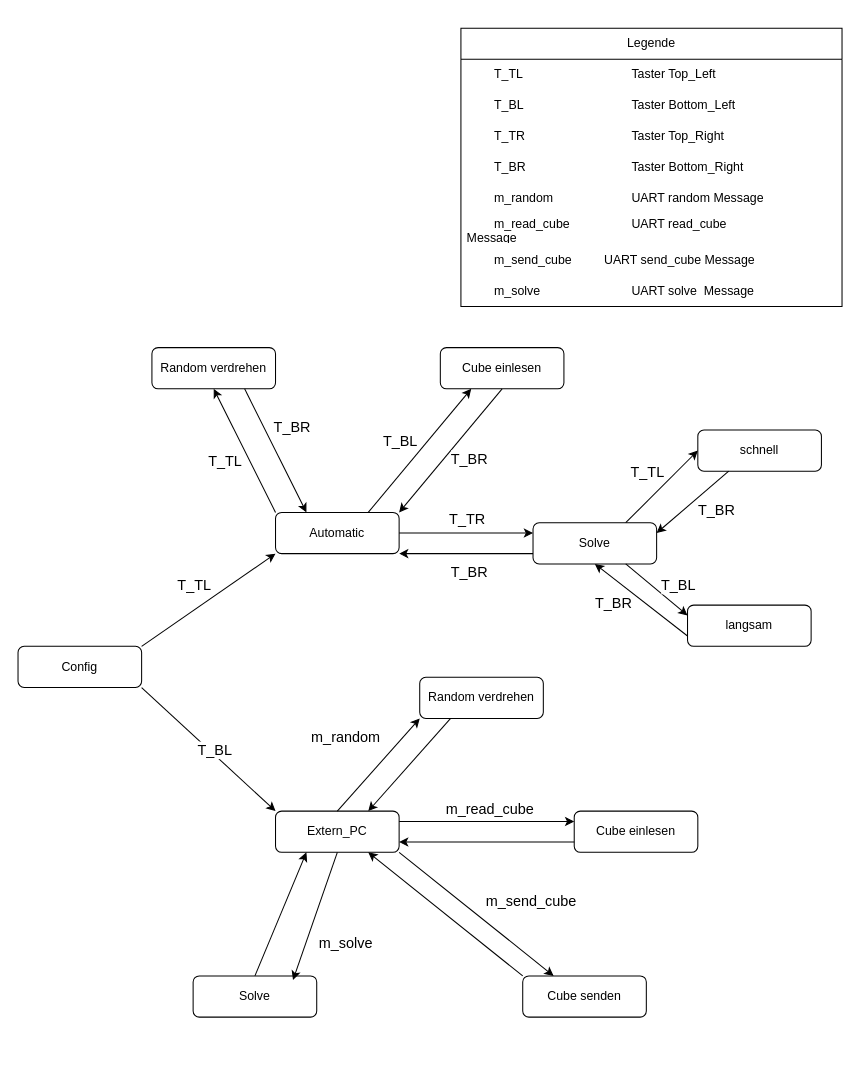
Before: State_Machine_Cube_Solver.drawio in snech99/Cube_Solver_Robot, a draw.io diagram. Source tidied: cells renumbered, new cells numbered last; positions are measured from the earlier drawing's top-left corner, leaving out a move shared by most shapes. Both pictures are drawn from the tidied source at 103%, with x=0, y=0 at pixel (18, 28).
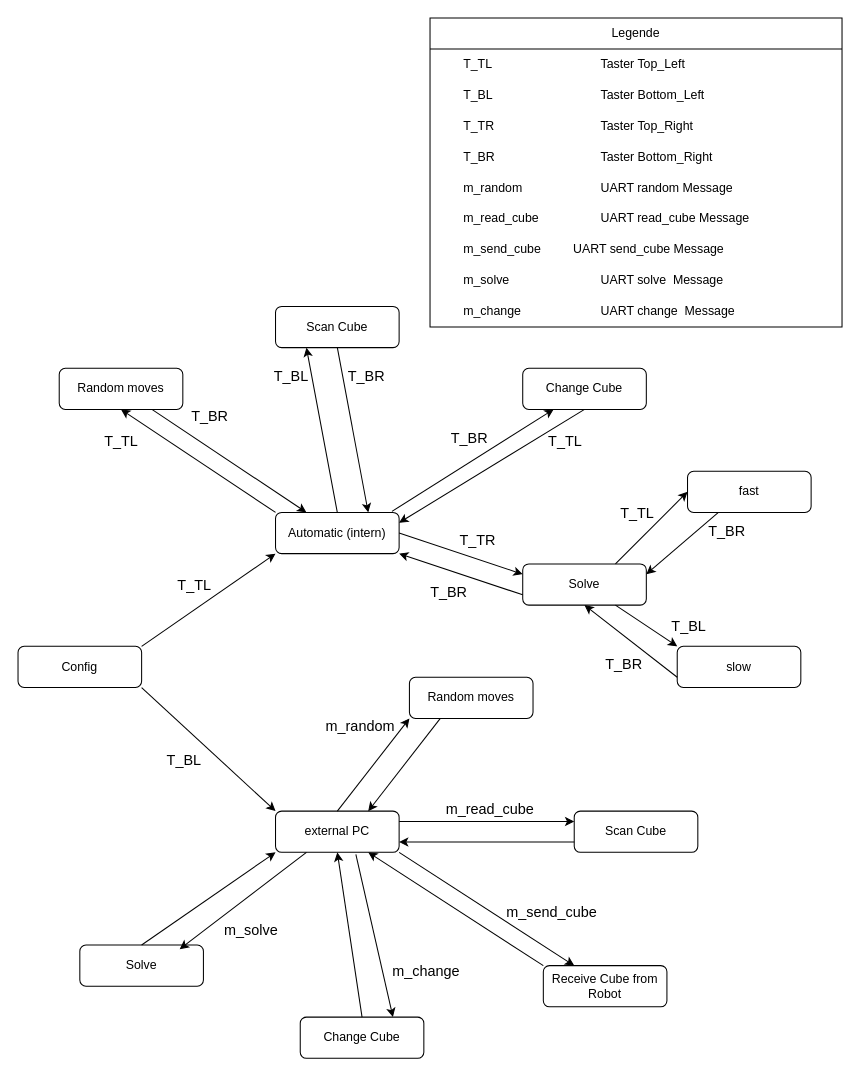
Above is the later version.

The change refers to these unchanged cells:
```xml
<mxCell id="22" style="endArrow=classic;html=1;rounded=0;exitX=0;exitY=0;exitDx=0;exitDy=0;entryX=0.5;entryY=1;entryDx=0;entryDy=0;" parent="1" edge="1" source="4" target="5">
  <mxGeometry relative="1" as="geometry" />
</mxCell>
```

What changed in the source:
```diff
@@
-    <mxCell id="3" value="Cube einlesen" style="rounded=1;whiteSpace=wrap;html=1;fontSize=12;glass=0;strokeWidth=1;shadow=0;" parent="1" vertex="1">
-      <mxGeometry x="410" y="310" width="120" height="40" as="geometry" />
+    <mxCell id="3" value="Scan Cube" style="rounded=1;whiteSpace=wrap;html=1;fontSize=12;glass=0;strokeWidth=1;shadow=0;" parent="1" vertex="1">
+      <mxGeometry x="250" y="270" width="120" height="40" as="geometry" />
     </mxCell>
-    <mxCell id="4" value="Automatic" style="rounded=1;whiteSpace=wrap;html=1;fontSize=12;glass=0;strokeWidth=1;shadow=0;" parent="1" vertex="1">
+    <mxCell id="4" value="Automatic (intern)" style="rounded=1;whiteSpace=wrap;html=1;fontSize=12;glass=0;strokeWidth=1;shadow=0;" parent="1" vertex="1">
       <mxGeometry x="250" y="470" width="120" height="40" as="geometry" />
     </mxCell>
-    <mxCell id="5" value="Random verdrehen" style="rounded=1;whiteSpace=wrap;html=1;fontSize=12;glass=0;strokeWidth=1;shadow=0;" parent="1" vertex="1">
-      <mxGeometry x="130" y="310" width="120" height="40" as="geometry" />
+    <mxCell id="5" value="Random moves" style="rounded=1;whiteSpace=wrap;html=1;fontSize=12;glass=0;strokeWidth=1;shadow=0;" parent="1" vertex="1">
+      <mxGeometry x="40" y="330" width="120" height="40" as="geometry" />
     </mxCell>
-    <mxCell id="6" value="Extern_PC" style="rounded=1;whiteSpace=wrap;html=1;fontSize=12;glass=0;strokeWidth=1;shadow=0;" parent="1" vertex="1">
+    <mxCell id="6" value="external PC" style="rounded=1;whiteSpace=wrap;html=1;fontSize=12;glass=0;strokeWidth=1;shadow=0;" parent="1" vertex="1">
       <mxGeometry x="250" y="760" width="120" height="40" as="geometry" />
     </mxCell>
     <mxCell id="7" value="Solve" style="rounded=1;whiteSpace=wrap;html=1;fontSize=12;glass=0;strokeWidth=1;shadow=0;" parent="1" vertex="1">
-      <mxGeometry x="500" y="480" width="120" height="40" as="geometry" />
+      <mxGeometry x="490" y="520" width="120" height="40" as="geometry" />
     </mxCell>
-    <mxCell id="8" value="Random verdrehen" style="rounded=1;whiteSpace=wrap;html=1;fontSize=12;glass=0;strokeWidth=1;shadow=0;" parent="1" vertex="1">
-      <mxGeometry x="390" y="630" width="120" height="40" as="geometry" />
+    <mxCell id="8" value="Random moves" style="rounded=1;whiteSpace=wrap;html=1;fontSize=12;glass=0;strokeWidth=1;shadow=0;" parent="1" vertex="1">
+      <mxGeometry x="380" y="630" width="120" height="40" as="geometry" />
     </mxCell>
-    <mxCell id="9" value="Cube einlesen" style="rounded=1;whiteSpace=wrap;html=1;fontSize=12;glass=0;strokeWidth=1;shadow=0;" parent="1" vertex="1">
+    <mxCell id="9" value="Scan Cube" style="rounded=1;whiteSpace=wrap;html=1;fontSize=12;glass=0;strokeWidth=1;shadow=0;" parent="1" vertex="1">
       <mxGeometry x="540" y="760" width="120" height="40" as="geometry" />
     </mxCell>
-    <mxCell id="10" value="Cube senden" style="rounded=1;whiteSpace=wrap;html=1;fontSize=12;glass=0;strokeWidth=1;shadow=0;" parent="1" vertex="1">
-      <mxGeometry x="490" y="920" width="120" height="40" as="geometry" />
+    <mxCell id="10" value="Receive Cube from Robot" style="rounded=1;whiteSpace=wrap;html=1;fontSize=12;glass=0;strokeWidth=1;shadow=0;" parent="1" vertex="1">
+      <mxGeometry x="510" y="910" width="120" height="40" as="geometry" />
     </mxCell>
     <mxCell id="11" value="Solve" style="rounded=1;whiteSpace=wrap;html=1;fontSize=12;glass=0;strokeWidth=1;shadow=0;" parent="1" vertex="1">
-      <mxGeometry x="170" y="920" width="120" height="40" as="geometry" />
+      <mxGeometry x="60" y="890" width="120" height="40" as="geometry" />
     </mxCell>
@@
-    <mxCell id="20" style="endArrow=classic;html=1;rounded=0;exitX=0.5;exitY=1;exitDx=0;exitDy=0;entryX=0.808;entryY=0.1;entryDx=0;entryDy=0;entryPerimeter=0;" parent="1" edge="1" source="6" target="11">
+    <mxCell id="20" style="endArrow=classic;html=1;rounded=0;exitX=0.25;exitY=1;exitDx=0;exitDy=0;entryX=0.808;entryY=0.1;entryDx=0;entryDy=0;entryPerimeter=0;" parent="1" edge="1" source="6" target="11">
       <mxGeometry relative="1" as="geometry" />
     </mxCell>
-    <mxCell id="21" style="endArrow=classic;html=1;rounded=0;exitX=0.5;exitY=0;exitDx=0;exitDy=0;entryX=0.25;entryY=1;entryDx=0;entryDy=0;" parent="1" edge="1" source="11" target="6">
+    <mxCell id="21" style="endArrow=classic;html=1;rounded=0;exitX=0.5;exitY=0;exitDx=0;exitDy=0;entryX=0;entryY=1;entryDx=0;entryDy=0;" parent="1" edge="1" source="11" target="6">
       <mxGeometry relative="1" as="geometry" />
     </mxCell>
@@
     <mxCell id="23" value="&lt;font style=&quot;font-size: 14px;&quot;&gt;T_TL&lt;/font&gt;" style="edgeLabel;html=1;align=center;verticalAlign=middle;" parent="22" vertex="1">
       <mxGeometry x="0.21" y="3" relative="1" as="geometry">
-        <mxPoint x="-11" y="21" as="offset" />
+        <mxPoint x="-58" y="-12" as="offset" />
       </mxGeometry>
     </mxCell>
@@
-    <mxCell id="25" style="endArrow=classic;html=1;rounded=0;exitX=0.75;exitY=0;exitDx=0;exitDy=0;entryX=0.25;entryY=1;entryDx=0;entryDy=0;" parent="1" edge="1" source="4" target="3">
+    <mxCell id="25" style="endArrow=classic;html=1;rounded=0;exitX=0.5;exitY=0;exitDx=0;exitDy=0;entryX=0.25;entryY=1;entryDx=0;entryDy=0;" parent="1" edge="1" source="4" target="3">
       <mxGeometry relative="1" as="geometry" />
     </mxCell>
-    <mxCell id="26" style="endArrow=classic;html=1;rounded=0;exitX=0.5;exitY=1;exitDx=0;exitDy=0;entryX=1;entryY=0;entryDx=0;entryDy=0;" parent="1" edge="1" source="3" target="4">
+    <mxCell id="26" style="endArrow=classic;html=1;rounded=0;exitX=0.5;exitY=1;exitDx=0;exitDy=0;entryX=0.75;entryY=0;entryDx=0;entryDy=0;" parent="1" edge="1" source="3" target="4">
       <mxGeometry relative="1" as="geometry" />
     </mxCell>
@@
     <mxCell id="29" value="&lt;font style=&quot;font-size: 14px;&quot;&gt;T_BR&lt;/font&gt;" style="edgeLabel;html=1;align=center;verticalAlign=middle;" parent="1" vertex="1">
-      <mxGeometry x="260" y="390" as="geometry">
+      <mxGeometry x="180" y="380" as="geometry">
         <mxPoint x="5" y="-4" as="offset" />
       </mxGeometry>
     </mxCell>
     <mxCell id="30" value="&lt;font style=&quot;font-size: 14px;&quot;&gt;T_BR&lt;/font&gt;" style="edgeLabel;html=1;align=center;verticalAlign=middle;" parent="1" vertex="1">
-      <mxGeometry x="440" y="420" as="geometry">
+      <mxGeometry x="340" y="340" as="geometry">
         <mxPoint x="-3" y="-3" as="offset" />
       </mxGeometry>
     </mxCell>
     <mxCell id="31" value="&lt;font style=&quot;font-size: 14px;&quot;&gt;T_BR&lt;/font&gt;" style="edgeLabel;html=1;align=center;verticalAlign=middle;" parent="1" vertex="1">
-      <mxGeometry x="440" y="530" as="geometry">
+      <mxGeometry x="420" y="550" as="geometry">
         <mxPoint x="-3" y="-3" as="offset" />
       </mxGeometry>
     </mxCell>
     <mxCell id="32" value="&lt;font style=&quot;font-size: 14px;&quot;&gt;T_BL&lt;/font&gt;" style="edgeLabel;html=1;align=center;verticalAlign=middle;" parent="1" vertex="1">
-      <mxGeometry x="370" y="400" as="geometry" />
+      <mxGeometry x="270" y="340" as="geometry">
+        <mxPoint x="-6" y="-3" as="offset" />
+      </mxGeometry>
     </mxCell>
     <mxCell id="33" value="&lt;font style=&quot;font-size: 14px;&quot;&gt;T_TR&lt;/font&gt;" style="edgeLabel;html=1;align=center;verticalAlign=middle;" parent="1" vertex="1">
-      <mxGeometry x="430" y="480" as="geometry">
+      <mxGeometry x="440" y="500" as="geometry">
         <mxPoint x="5" y="-4" as="offset" />
       </mxGeometry>
     </mxCell>
     <mxCell id="34" value="&lt;font style=&quot;font-size: 14px;&quot;&gt;m_random&lt;/font&gt;" style="edgeLabel;html=1;align=center;verticalAlign=middle;" parent="1" vertex="1">
-      <mxGeometry x="320" y="690" as="geometry">
+      <mxGeometry x="334" y="680" as="geometry">
         <mxPoint x="-3" y="-3" as="offset" />
       </mxGeometry>
     </mxCell>
@@
     <mxCell id="36" value="&lt;font style=&quot;font-size: 14px;&quot;&gt;m_send_cube&lt;/font&gt;" style="edgeLabel;html=1;align=center;verticalAlign=middle;" parent="1" vertex="1">
-      <mxGeometry x="500" y="850" as="geometry">
+      <mxGeometry x="520" y="860" as="geometry">
         <mxPoint x="-3" y="-3" as="offset" />
       </mxGeometry>
     </mxCell>
     <mxCell id="37" value="&lt;font style=&quot;font-size: 14px;&quot;&gt;m_solve&lt;/font&gt;" style="edgeLabel;html=1;align=center;verticalAlign=middle;" parent="1" vertex="1">
-      <mxGeometry x="320" y="890" as="geometry">
-        <mxPoint x="-3" y="-3" as="offset" />
+      <mxGeometry x="230" y="880" as="geometry">
+        <mxPoint x="-5" y="-5" as="offset" />
       </mxGeometry>
     </mxCell>
     <mxCell id="38" value="Legende" style="swimlane;fontStyle=0;horizontal=1;startSize=30;whiteSpace=wrap;html=1;" parent="1" vertex="1">
-      <mxGeometry x="430" width="370" height="270" as="geometry" />
+      <mxGeometry x="400" y="-10" width="400" height="300" as="geometry" />
     </mxCell>
     <mxCell id="39" value="&lt;span style=&quot;white-space: pre;&quot;&gt;&#9;&lt;/span&gt;T_TL&lt;span style=&quot;white-space: pre;&quot;&gt;&#9;&lt;/span&gt;&lt;span style=&quot;white-space: pre;&quot;&gt;&#9;&lt;/span&gt;&lt;span style=&quot;white-space: pre;&quot;&gt;&#9;&lt;/span&gt;&lt;span style=&quot;white-space: pre;&quot;&gt;&#9;&lt;/span&gt;Taster Top_Left" style="text;strokeColor=none;fillColor=none;align=left;verticalAlign=middle;spacingLeft=4;spacingRight=4;overflow=hidden;whiteSpace=wrap;html=1;" parent="38" vertex="1">
-      <mxGeometry y="30" width="370" height="30" as="geometry" />
+      <mxGeometry y="30" width="400" height="30" as="geometry" />
     </mxCell>
     <mxCell id="40" value="&lt;span style=&quot;white-space: pre;&quot;&gt;&#9;&lt;/span&gt;T_BL&lt;span style=&quot;white-space: pre;&quot;&gt;&#9;&lt;/span&gt;&lt;span style=&quot;white-space: pre;&quot;&gt;&#9;&lt;span style=&quot;white-space: pre;&quot;&gt;&#9;&lt;/span&gt;&lt;span style=&quot;white-space: pre;&quot;&gt;&#9;&lt;/span&gt;&lt;/span&gt;Taster Bottom_Left" style="text;strokeColor=none;fillColor=none;align=left;verticalAlign=middle;spacingLeft=4;spacingRight=4;overflow=hidden;whiteSpace=wrap;html=1;" parent="38" vertex="1">
-      <mxGeometry y="60" width="370" height="30" as="geometry" />
+      <mxGeometry y="60" width="400" height="30" as="geometry" />
     </mxCell>
     <mxCell id="41" value="&lt;span style=&quot;white-space: pre;&quot;&gt;&#9;&lt;/span&gt;T_TR&lt;span style=&quot;white-space: pre;&quot;&gt;&#9;&lt;/span&gt;&lt;span style=&quot;white-space: pre;&quot;&gt;&#9;&lt;span style=&quot;white-space: pre;&quot;&gt;&#9;&lt;/span&gt;&lt;span style=&quot;white-space: pre;&quot;&gt;&#9;&lt;/span&gt;&lt;/span&gt;Taster Top_Right" style="text;strokeColor=none;fillColor=none;align=left;verticalAlign=middle;spacingLeft=4;spacingRight=4;overflow=hidden;whiteSpace=wrap;html=1;" parent="38" vertex="1">
-      <mxGeometry y="90" width="370" height="30" as="geometry" />
+      <mxGeometry y="90" width="400" height="30" as="geometry" />
     </mxCell>
     <mxCell id="42" value="&lt;span style=&quot;white-space: pre;&quot;&gt;&#9;&lt;/span&gt;T_BR&lt;span style=&quot;white-space: pre;&quot;&gt;&#9;&lt;/span&gt;&lt;span style=&quot;white-space: pre;&quot;&gt;&#9;&lt;span style=&quot;white-space: pre;&quot;&gt;&#9;&lt;/span&gt;&lt;span style=&quot;white-space: pre;&quot;&gt;&#9;&lt;/span&gt;&lt;/span&gt;Taster Bottom_Right" style="text;strokeColor=none;fillColor=none;align=left;verticalAlign=middle;spacingLeft=4;spacingRight=4;overflow=hidden;whiteSpace=wrap;html=1;" parent="38" vertex="1">
-      <mxGeometry y="120" width="370" height="30" as="geometry" />
+      <mxGeometry y="120" width="400" height="30" as="geometry" />
     </mxCell>
     <mxCell id="43" value="&lt;span style=&quot;white-space: pre;&quot;&gt;&#9;&lt;/span&gt;m_random&lt;span style=&quot;white-space: pre;&quot;&gt;&#9;&lt;/span&gt;&lt;span style=&quot;white-space: pre;&quot;&gt;&#9;&lt;span style=&quot;white-space: pre;&quot;&gt;&#9;&lt;/span&gt;&lt;/span&gt;UART random Message" style="text;strokeColor=none;fillColor=none;align=left;verticalAlign=middle;spacingLeft=4;spacingRight=4;overflow=hidden;whiteSpace=wrap;html=1;" parent="38" vertex="1">
-      <mxGeometry y="150" width="370" height="30" as="geometry" />
+      <mxGeometry y="150" width="400" height="30" as="geometry" />
     </mxCell>
     <mxCell id="44" value="&lt;span style=&quot;white-space: pre;&quot;&gt;&#9;&lt;/span&gt;m_read_cube&lt;span style=&quot;white-space: pre;&quot;&gt;&#9;&lt;/span&gt;&lt;span style=&quot;white-space: pre;&quot;&gt;&#9;&lt;/span&gt;&lt;span style=&quot;white-space: pre;&quot;&gt;&#9;&lt;/span&gt;UART read_cube Message&lt;span style=&quot;white-space: pre;&quot;&gt;&#9;&lt;/span&gt;&lt;span style=&quot;white-space: pre;&quot;&gt;&#9;&lt;/span&gt;&lt;span style=&quot;white-space: pre;&quot;&gt;&#9;&lt;/span&gt;" style="text;strokeColor=none;fillColor=none;align=left;verticalAlign=middle;spacingLeft=4;spacingRight=4;overflow=hidden;whiteSpace=wrap;html=1;" parent="38" vertex="1">
-      <mxGeometry y="180" width="370" height="30" as="geometry" />
+      <mxGeometry y="180" width="400" height="30" as="geometry" />
     </mxCell>
     <mxCell id="45" value="&lt;span style=&quot;white-space: pre;&quot;&gt;&#9;&lt;/span&gt;m_send_cube&lt;span style=&quot;white-space: pre;&quot;&gt;&#9;&lt;/span&gt;&lt;span style=&quot;white-space: pre;&quot;&gt;&#9;&lt;/span&gt;UART send_cube Message&lt;span style=&quot;white-space: pre;&quot;&gt;&#9;&lt;/span&gt;&lt;span style=&quot;white-space: pre;&quot;&gt;&#9;&lt;/span&gt;&lt;span style=&quot;white-space: pre;&quot;&gt;&#9;&lt;/span&gt;" style="text;strokeColor=none;fillColor=none;align=left;verticalAlign=middle;spacingLeft=4;spacingRight=4;overflow=hidden;whiteSpace=wrap;html=1;" parent="38" vertex="1">
-      <mxGeometry y="210" width="370" height="30" as="geometry" />
+      <mxGeometry y="210" width="400" height="30" as="geometry" />
     </mxCell>
     <mxCell id="46" value="&lt;span style=&quot;white-space: pre;&quot;&gt;&#9;&lt;/span&gt;m_solve&lt;span style=&quot;white-space: pre;&quot;&gt;&#9;&lt;/span&gt;&lt;span style=&quot;white-space: pre;&quot;&gt;&#9;&lt;/span&gt;&lt;span style=&quot;white-space: pre;&quot;&gt;&#9;&lt;/span&gt;&lt;span style=&quot;white-space: pre;&quot;&gt;&#9;&lt;/span&gt;UART solve&amp;nbsp; Message&lt;span style=&quot;white-space: pre;&quot;&gt;&#9;&lt;/span&gt;&lt;span style=&quot;white-space: pre;&quot;&gt;&#9;&lt;/span&gt;&lt;span style=&quot;white-space: pre;&quot;&gt;&#9;&lt;/span&gt;" style="text;strokeColor=none;fillColor=none;align=left;verticalAlign=middle;spacingLeft=4;spacingRight=4;overflow=hidden;whiteSpace=wrap;html=1;" parent="38" vertex="1">
-      <mxGeometry y="240" width="370" height="30" as="geometry" />
+      <mxGeometry y="240" width="400" height="30" as="geometry" />
     </mxCell>
+    <mxCell id="59" value="&lt;span style=&quot;white-space: pre;&quot;&gt;&#9;&lt;/span&gt;m_change&lt;span style=&quot;white-space: pre;&quot;&gt;&#9;&lt;/span&gt;&lt;span style=&quot;white-space: pre;&quot;&gt;&#9;&lt;/span&gt;&lt;span style=&quot;white-space: pre;&quot;&gt;&#9;&lt;/span&gt;UART change&amp;nbsp; Message&lt;span style=&quot;white-space: pre;&quot;&gt;&#9;&lt;/span&gt;&lt;span style=&quot;white-space: pre;&quot;&gt;&#9;&lt;/span&gt;&lt;span style=&quot;white-space: pre;&quot;&gt;&#9;&lt;/span&gt;" style="text;strokeColor=none;fillColor=none;align=left;verticalAlign=middle;spacingLeft=4;spacingRight=4;overflow=hidden;whiteSpace=wrap;html=1;" parent="38" vertex="1">
+      <mxGeometry y="270" width="400" height="30" as="geometry" />
+    </mxCell>
@@
     <mxCell id="48" value="&lt;font style=&quot;font-size: 14px;&quot;&gt;T_BL&lt;/font&gt;" style="edgeLabel;html=1;align=center;verticalAlign=middle;" parent="1" vertex="1">
-      <mxGeometry x="190" y="700" as="geometry" />
+      <mxGeometry x="160" y="710" as="geometry" />
     </mxCell>
-    <mxCell id="49" value="schnell" style="rounded=1;whiteSpace=wrap;html=1;fontSize=12;glass=0;strokeWidth=1;shadow=0;" parent="1" vertex="1">
-      <mxGeometry x="660" y="390" width="120" height="40" as="geometry" />
+    <mxCell id="49" value="fast" style="rounded=1;whiteSpace=wrap;html=1;fontSize=12;glass=0;strokeWidth=1;shadow=0;" parent="1" vertex="1">
+      <mxGeometry x="650" y="430" width="120" height="40" as="geometry" />
     </mxCell>
-    <mxCell id="50" value="langsam" style="rounded=1;whiteSpace=wrap;html=1;fontSize=12;glass=0;strokeWidth=1;shadow=0;" parent="1" vertex="1">
-      <mxGeometry x="650" y="560" width="120" height="40" as="geometry" />
+    <mxCell id="50" value="slow" style="rounded=1;whiteSpace=wrap;html=1;fontSize=12;glass=0;strokeWidth=1;shadow=0;" parent="1" vertex="1">
+      <mxGeometry x="640" y="600" width="120" height="40" as="geometry" />
     </mxCell>
@@
-    <mxCell id="53" style="endArrow=classic;html=1;rounded=0;exitX=0.75;exitY=1;exitDx=0;exitDy=0;entryX=0;entryY=0.25;entryDx=0;entryDy=0;" parent="1" edge="1" source="7" target="50">
-      <mxGeometry relative="1" as="geometry" />
+    <mxCell id="53" style="endArrow=classic;html=1;rounded=0;exitX=0.75;exitY=1;exitDx=0;exitDy=0;" parent="1" edge="1" source="7">
+      <mxGeometry relative="1" as="geometry">
+        <mxPoint x="640" y="600" as="targetPoint" />
+      </mxGeometry>
     </mxCell>
@@
     <mxCell id="55" value="&lt;font style=&quot;font-size: 14px;&quot;&gt;T_TL&lt;/font&gt;" style="edgeLabel;html=1;align=center;verticalAlign=middle;" parent="1" vertex="1">
-      <mxGeometry x="610" y="430" as="geometry" />
+      <mxGeometry x="600" y="470" as="geometry" />
     </mxCell>
     <mxCell id="56" value="&lt;font style=&quot;font-size: 14px;&quot;&gt;T_BR&lt;/font&gt;" style="edgeLabel;html=1;align=center;verticalAlign=middle;" parent="1" vertex="1">
-      <mxGeometry x="680" y="470" as="geometry">
+      <mxGeometry x="690" y="490" as="geometry">
         <mxPoint x="-3" y="-3" as="offset" />
       </mxGeometry>
     </mxCell>
     <mxCell id="57" value="&lt;font style=&quot;font-size: 14px;&quot;&gt;T_BR&lt;/font&gt;" style="edgeLabel;html=1;align=center;verticalAlign=middle;" parent="1" vertex="1">
-      <mxGeometry x="580" y="560" as="geometry">
+      <mxGeometry x="590" y="620" as="geometry">
         <mxPoint x="-3" y="-3" as="offset" />
       </mxGeometry>
     </mxCell>
     <mxCell id="58" value="&lt;font style=&quot;font-size: 14px;&quot;&gt;T_BL&lt;/font&gt;" style="edgeLabel;html=1;align=center;verticalAlign=middle;" parent="1" vertex="1">
-      <mxGeometry x="640" y="540" as="geometry" />
+      <mxGeometry x="650" y="580" as="geometry" />
     </mxCell>
+    <mxCell id="60" value="Change Cube" style="rounded=1;whiteSpace=wrap;html=1;fontSize=12;glass=0;strokeWidth=1;shadow=0;" parent="1" vertex="1">
+      <mxGeometry x="274" y="960" width="120" height="40" as="geometry" />
+    </mxCell>
+    <mxCell id="61" style="endArrow=classic;html=1;rounded=0;exitX=0.65;exitY=1.05;exitDx=0;exitDy=0;entryX=0.75;entryY=0;entryDx=0;entryDy=0;exitPerimeter=0;" parent="1" edge="1" source="6" target="60">
+      <mxGeometry relative="1" as="geometry" />
+    </mxCell>
+    <mxCell id="62" style="endArrow=classic;html=1;rounded=0;exitX=0.5;exitY=0;exitDx=0;exitDy=0;entryX=0.5;entryY=1;entryDx=0;entryDy=0;" parent="1" edge="1" source="60" target="6">
+      <mxGeometry relative="1" as="geometry" />
+    </mxCell>
+    <mxCell id="63" value="&lt;font style=&quot;font-size: 14px;&quot;&gt;m_change&lt;/font&gt;" style="edgeLabel;html=1;align=center;verticalAlign=middle;" parent="1" vertex="1">
+      <mxGeometry x="400" y="920" as="geometry">
+        <mxPoint x="-5" y="-5" as="offset" />
+      </mxGeometry>
+    </mxCell>
+    <mxCell id="64" value="Change Cube" style="rounded=1;whiteSpace=wrap;html=1;fontSize=12;glass=0;strokeWidth=1;shadow=0;" parent="1" vertex="1">
+      <mxGeometry x="490" y="330" width="120" height="40" as="geometry" />
+    </mxCell>
+    <mxCell id="65" style="endArrow=classic;html=1;rounded=0;exitX=0.942;exitY=-0.025;exitDx=0;exitDy=0;entryX=0.25;entryY=1;entryDx=0;entryDy=0;exitPerimeter=0;" parent="1" edge="1" source="4" target="64">
+      <mxGeometry relative="1" as="geometry" />
+    </mxCell>
+    <mxCell id="66" style="endArrow=classic;html=1;rounded=0;exitX=0.5;exitY=1;exitDx=0;exitDy=0;entryX=1;entryY=0.25;entryDx=0;entryDy=0;" parent="1" edge="1" source="64" target="4">
+      <mxGeometry relative="1" as="geometry" />
+    </mxCell>
+    <mxCell id="67" value="&lt;font style=&quot;font-size: 14px;&quot;&gt;T_BR&lt;/font&gt;" style="edgeLabel;html=1;align=center;verticalAlign=middle;" parent="1" vertex="1">
+      <mxGeometry x="440" y="400" as="geometry">
+        <mxPoint x="-3" y="-3" as="offset" />
+      </mxGeometry>
+    </mxCell>
+    <mxCell id="68" value="&lt;font style=&quot;font-size: 14px;&quot;&gt;T_TL&lt;/font&gt;" style="edgeLabel;html=1;align=center;verticalAlign=middle;" parent="1" vertex="1">
+      <mxGeometry x="530" y="400" as="geometry" />
+    </mxCell>
```
